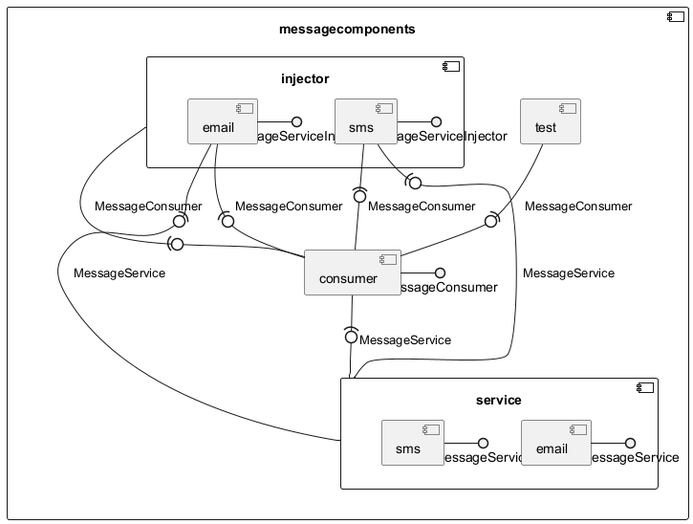
Above: src/component_diagram.png in Antonia123456/ComponentDiagramGenerator (PlantUML), before the change.
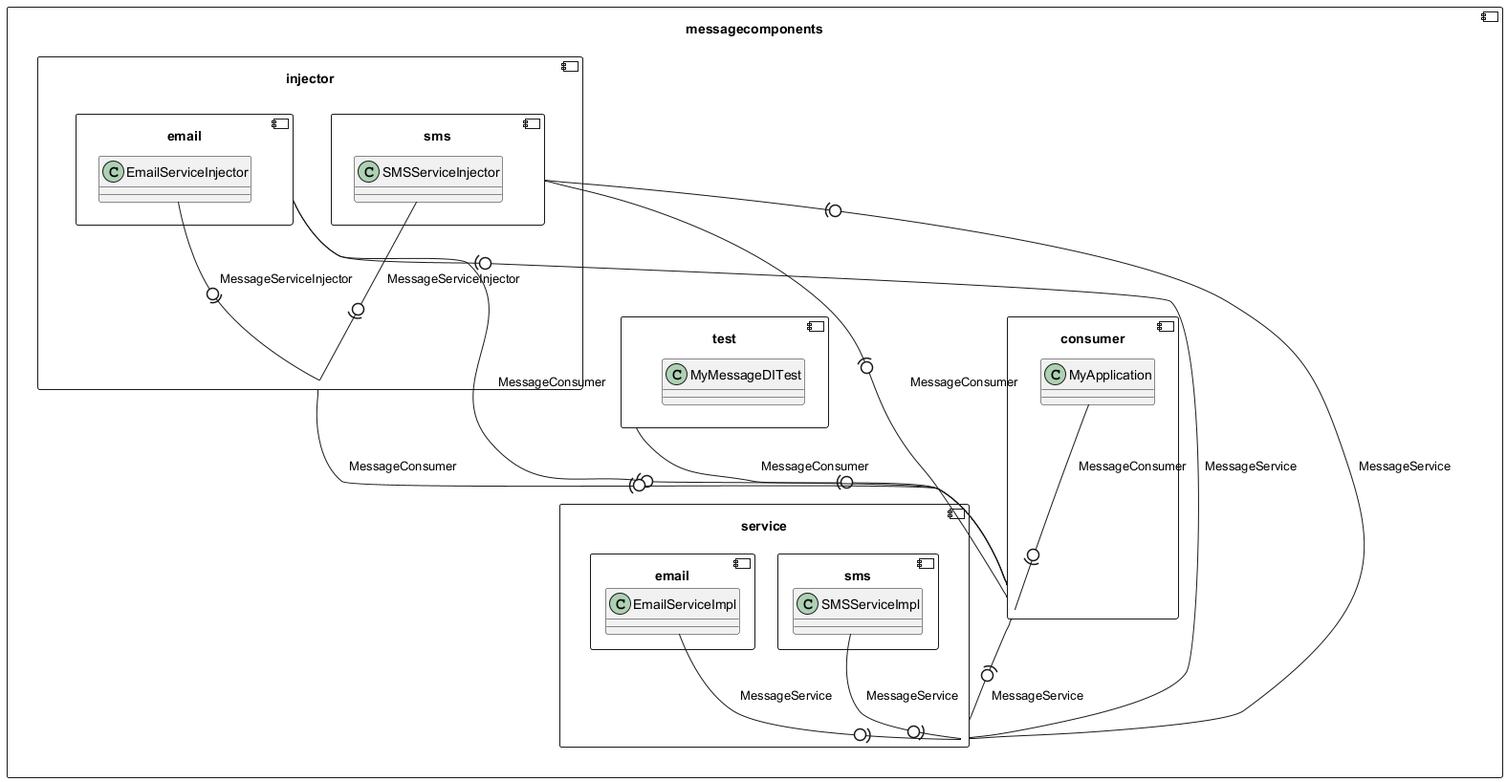
Above is the later version.

Diff of the diagram source:
```diff
@@ -2,31 +2,37 @@
 component messagecomponents {
 component messagecomponents.injector {
 component messagecomponents.injector.email {
+  class messagecomponents.injector.email.EmailServiceInjector
 }
 component messagecomponents.injector.sms {
+  class messagecomponents.injector.sms.SMSServiceInjector
 }
 }
 component messagecomponents.consumer {
+  class messagecomponents.consumer.MyApplication
 }
 component messagecomponents.test {
+  class messagecomponents.test.MyMessageDITest
 }
 component messagecomponents.service {
 component messagecomponents.service.email {
+  class messagecomponents.service.email.EmailServiceImpl
 }
 component messagecomponents.service.sms {
+  class messagecomponents.service.sms.SMSServiceImpl
 }
 }
 }
-messagecomponents.injector.email -() MessageServiceInjector
-messagecomponents.consumer -() MessageConsumer
-messagecomponents.service.email -() MessageService
-messagecomponents.service.sms -() MessageService
-messagecomponents.injector.sms -() MessageServiceInjector
+messagecomponents.service.sms.SMSServiceImpl -0)- messagecomponents.service : "MessageService"
+messagecomponents.service.email.EmailServiceImpl -0)- messagecomponents.service : "MessageService"
+messagecomponents.injector.email.EmailServiceInjector -0)- messagecomponents.injector : "MessageServiceInjector"
+messagecomponents.consumer.MyApplication -0)- messagecomponents.consumer : "MessageConsumer"
+messagecomponents.injector.sms.SMSServiceInjector -0)- messagecomponents.injector : "MessageServiceInjector"
+messagecomponents.test -(0- messagecomponents.consumer : "MessageConsumer"
 messagecomponents.injector.email -(0- messagecomponents.consumer : "MessageConsumer"
 messagecomponents.injector.email -(0- messagecomponents.service : "MessageService"
 messagecomponents.consumer -(0- messagecomponents.service : "MessageService"
-messagecomponents.injector -(0- messagecomponents.consumer : "MessageConsumer"
 messagecomponents.injector.sms -(0- messagecomponents.consumer : "MessageConsumer"
 messagecomponents.injector.sms -(0- messagecomponents.service : "MessageService"
-messagecomponents.test -(0- messagecomponents.consumer : "MessageConsumer"
+messagecomponents.injector -(0- messagecomponents.consumer : "MessageConsumer"
 @enduml
```
